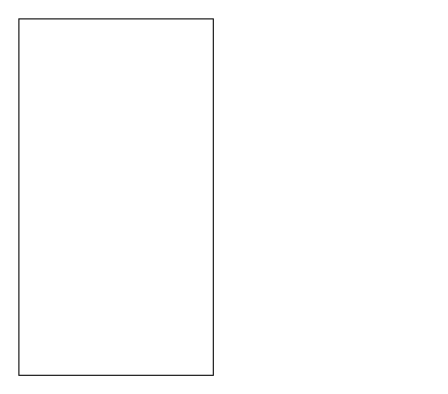
Before: Untitled Diagram.drawio in rishvdeloitte/rishavsnew, a draw.io diagram. Source tidied: cells renumbered, new cells numbered last; positions are measured from the earlier drawing's top-left corner, leaving out a move shared by most shapes. Both pictures are drawn from the tidied source at 108%, with x=0, y=0 at pixel (18, 18).
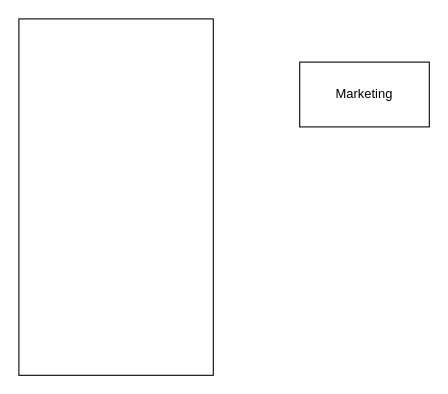
The same diagram, later.

The edit, as a diff of the source:
```diff
@@
 <mxGraphModel>
   <root>
     <mxCell id="0" />
     <mxCell id="1" parent="0" />
+    <mxCell id="3" value="Marketing" style="rounded=0;whiteSpace=wrap;html=1;" parent="1" vertex="1">
+      <mxGeometry x="260" y="40" width="120" height="60" as="geometry" />
+    </mxCell>
     <mxCell id="2" style="rounded=0;whiteSpace=wrap;html=1;" parent="1" vertex="1">
       <mxGeometry width="180" height="330" as="geometry" />
     </mxCell>
   </root>
 </mxGraphModel>
```
